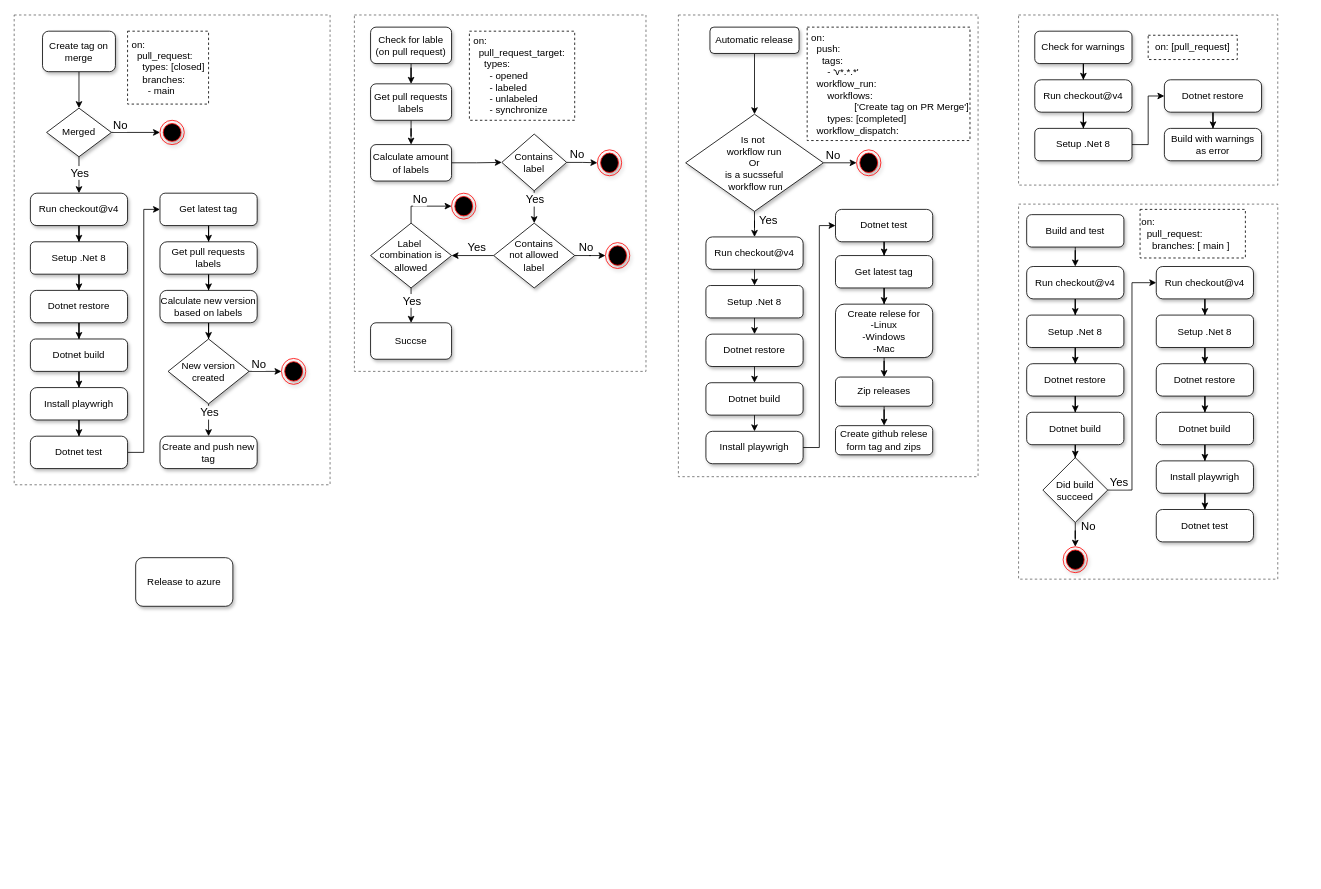
This is docs/models/Github workflows.drawio from ITU-BDSA2024-GROUP10/Chirp, a draw.io file, before an edit. Source tidied: cells renumbered, new cells numbered last; positions are measured from the earlier drawing's top-left corner, leaving out a move shared by most shapes. Both pictures are drawn from the tidied source at 81%, with x=0, y=0 at pixel (14, 15).
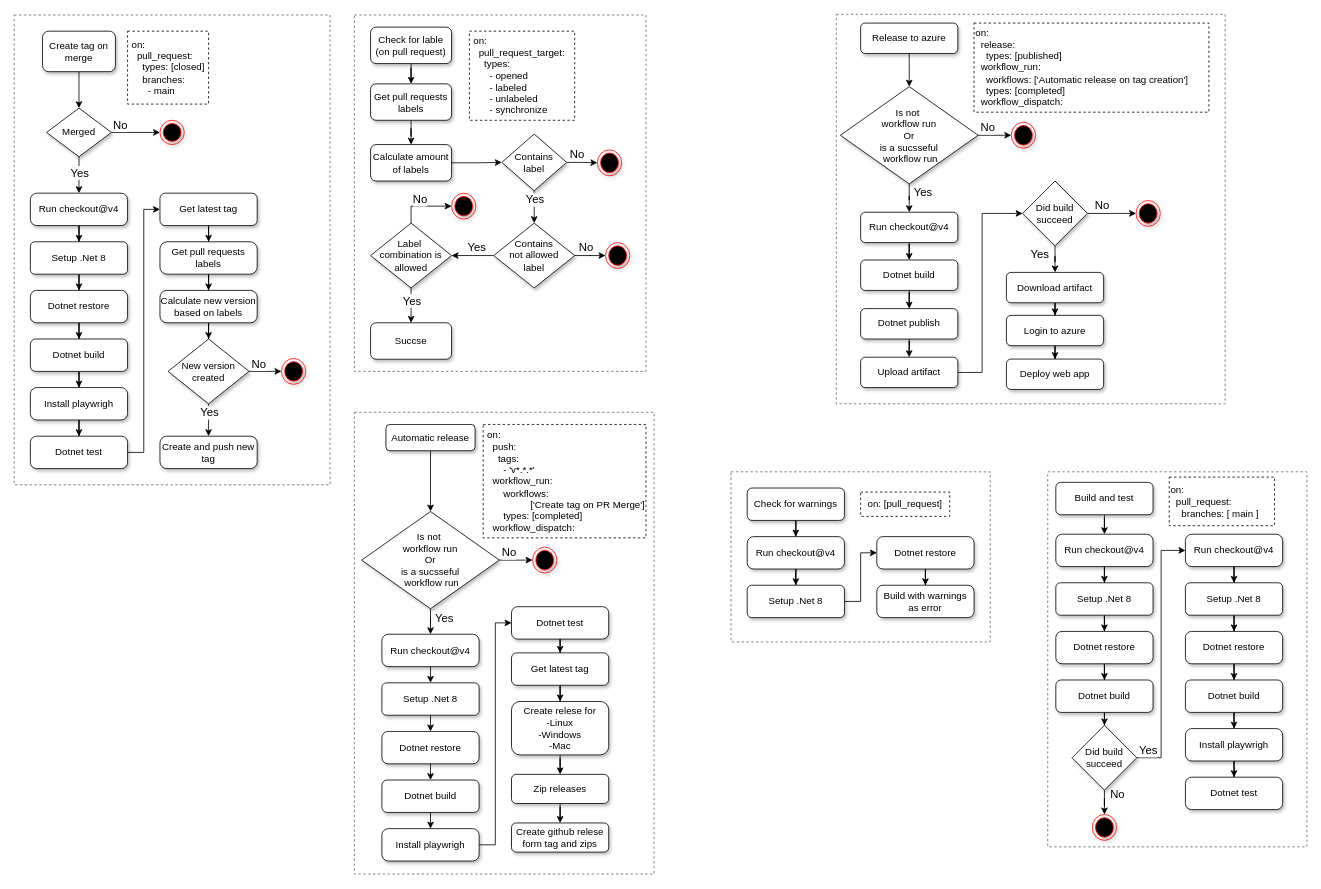
After the change.

Commit message:
Created diagram for "release to azure"

What changed in the source:
```diff
@@
+    <mxCell id="134" style="rounded=0;whiteSpace=wrap;html=1;fillColor=none;dashed=1;strokeWidth=1;fontColor=#333333;strokeColor=#666666;" parent="1" vertex="1">
+      <mxGeometry x="1015" y="-0.8" width="480" height="480.8" as="geometry" />
+    </mxCell>
     <mxCell id="2" style="rounded=0;whiteSpace=wrap;html=1;fillColor=none;dashed=1;strokeWidth=1;fontColor=#333333;strokeColor=#666666;" parent="1" vertex="1">
-      <mxGeometry x="1240" y="233.5" width="320" height="463" as="geometry" />
+      <mxGeometry x="1276" y="564" width="320" height="463" as="geometry" />
     </mxCell>
     <mxCell id="3" style="rounded=0;whiteSpace=wrap;html=1;fillColor=none;dashed=1;strokeWidth=1;fontColor=#333333;strokeColor=#666666;" parent="1" vertex="1">
-      <mxGeometry x="1240" width="320" height="210" as="geometry" />
+      <mxGeometry x="885" y="564" width="320" height="210" as="geometry" />
     </mxCell>
     <mxCell id="4" style="rounded=0;whiteSpace=wrap;html=1;fillColor=none;dashed=1;strokeWidth=1;fontColor=#333333;strokeColor=#666666;" parent="1" vertex="1">
-      <mxGeometry x="820" width="370" height="570" as="geometry" />
+      <mxGeometry x="420" y="490.5" width="370" height="570" as="geometry" />
     </mxCell>
@@
     <mxCell id="10" value="Automatic release" style="rounded=1;whiteSpace=wrap;html=1;shadow=1;" parent="1" vertex="1">
-      <mxGeometry x="859" y="15" width="110" height="32.5" as="geometry" />
+      <mxGeometry x="459" y="505.5" width="110" height="32.5" as="geometry" />
     </mxCell>
@@
     <mxCell id="14" value="B&lt;span style=&quot;background-color: initial;&quot;&gt;uild and test&lt;/span&gt;" style="rounded=1;whiteSpace=wrap;html=1;shadow=1;" parent="1" vertex="1">
-      <mxGeometry x="1250" y="246.5" width="120" height="40" as="geometry" />
+      <mxGeometry x="1286" y="577" width="120" height="40" as="geometry" />
     </mxCell>
@@
     <mxCell id="16" value="Check for warnings" style="rounded=1;whiteSpace=wrap;html=1;shadow=1;" parent="1" vertex="1">
-      <mxGeometry x="1260" y="20" width="120" height="40" as="geometry" />
+      <mxGeometry x="905" y="584" width="120" height="40" as="geometry" />
     </mxCell>
+    <mxCell id="135" style="edgeStyle=orthogonalEdgeStyle;rounded=0;jettySize=auto;html=1;" parent="1" edge="1" source="17" target="141">
+      <mxGeometry relative="1" as="geometry" />
+    </mxCell>
     <mxCell id="17" value="Release to azure" style="rounded=1;whiteSpace=wrap;html=1;shadow=1;" parent="1" vertex="1">
-      <mxGeometry x="150" y="670" width="120" height="60" as="geometry" />
+      <mxGeometry x="1045" y="10" width="120" height="37.5" as="geometry" />
     </mxCell>
@@
     <mxCell id="74" value="&lt;div&gt;&amp;nbsp;on:&lt;/div&gt;&lt;div&gt;&amp;nbsp; &amp;nbsp;push:&lt;/div&gt;&lt;div&gt;&amp;nbsp; &amp;nbsp; &amp;nbsp;tags:&lt;/div&gt;&lt;div&gt;&amp;nbsp; &amp;nbsp; &amp;nbsp; &amp;nbsp;- 'v*.*.*'&lt;/div&gt;&lt;div&gt;&amp;nbsp; &amp;nbsp;workflow_run:&lt;/div&gt;&lt;div&gt;&amp;nbsp; &amp;nbsp; &amp;nbsp; &amp;nbsp;workflows:&lt;/div&gt;&lt;div&gt;&lt;span style=&quot;white-space: pre;&quot;&gt;&#9;&lt;/span&gt;&lt;span style=&quot;white-space: pre;&quot;&gt;&#9;&lt;/span&gt;&amp;nbsp;['Create tag on PR Merge']&lt;/div&gt;&lt;div&gt;&amp;nbsp; &amp;nbsp; &amp;nbsp; &amp;nbsp;types: [completed]&lt;/div&gt;&lt;div&gt;&amp;nbsp; &amp;nbsp;workflow_dispatch:&lt;/div&gt;" style="text;html=1;align=left;verticalAlign=middle;whiteSpace=wrap;rounded=0;strokeColor=default;dashed=1;" parent="1" vertex="1">
-      <mxGeometry x="979" y="15" width="201" height="140" as="geometry" />
+      <mxGeometry x="579" y="505.5" width="201" height="140" as="geometry" />
     </mxCell>
@@
     <mxCell id="79" value="Is not&amp;nbsp;&lt;div&gt;workflow run&lt;div&gt;Or&lt;/div&gt;&lt;div&gt;is a sucsseful&lt;/div&gt;&lt;div&gt;&amp;nbsp;workflow run&lt;/div&gt;&lt;/div&gt;" style="rhombus;whiteSpace=wrap;html=1;shadow=1;" parent="1" vertex="1">
-      <mxGeometry x="829" y="122.5" width="170" height="120" as="geometry" />
+      <mxGeometry x="429" y="613" width="170" height="120" as="geometry" />
     </mxCell>
     <mxCell id="80" style="ellipse;html=1;shape=endState;fillColor=#000000;strokeColor=#ff0000;shadow=1;" parent="1" vertex="1">
-      <mxGeometry x="1040" y="166.5" width="30" height="32" as="geometry" />
+      <mxGeometry x="640" y="657" width="30" height="32" as="geometry" />
     </mxCell>
     <mxCell id="81" value="Run checkout@v4" style="rounded=1;whiteSpace=wrap;html=1;arcSize=20;shadow=1;" parent="1" vertex="1">
-      <mxGeometry x="854" y="274" width="120" height="40" as="geometry" />
+      <mxGeometry x="454" y="764.5" width="120" height="40" as="geometry" />
     </mxCell>
     <mxCell id="82" value="Setup .Net 8" style="rounded=1;whiteSpace=wrap;html=1;arcSize=14;shadow=1;" parent="1" vertex="1">
-      <mxGeometry x="854" y="334" width="120" height="40" as="geometry" />
+      <mxGeometry x="454" y="824.5" width="120" height="40" as="geometry" />
     </mxCell>
     <mxCell id="83" value="Dotnet restore" style="rounded=1;whiteSpace=wrap;html=1;arcSize=19;shadow=1;" parent="1" vertex="1">
-      <mxGeometry x="854" y="394" width="120" height="40" as="geometry" />
+      <mxGeometry x="454" y="884.5" width="120" height="40" as="geometry" />
     </mxCell>
     <mxCell id="84" value="Dotnet build" style="rounded=1;whiteSpace=wrap;html=1;arcSize=16;shadow=1;" parent="1" vertex="1">
-      <mxGeometry x="854" y="454" width="120" height="40" as="geometry" />
+      <mxGeometry x="454" y="944.5" width="120" height="40" as="geometry" />
     </mxCell>
@@
     <mxCell id="86" value="Install playwrigh" style="rounded=1;whiteSpace=wrap;html=1;arcSize=20;shadow=1;" parent="1" vertex="1">
-      <mxGeometry x="854" y="514" width="120" height="40" as="geometry" />
+      <mxGeometry x="454" y="1004.5" width="120" height="40" as="geometry" />
     </mxCell>
@@
     <mxCell id="88" value="Dotnet test" style="rounded=1;whiteSpace=wrap;html=1;arcSize=19;shadow=1;" parent="1" vertex="1">
-      <mxGeometry x="1014" y="240" width="120" height="40" as="geometry" />
+      <mxGeometry x="614" y="730.5" width="120" height="40" as="geometry" />
     </mxCell>
@@
     <mxCell id="90" value="Get latest tag" style="rounded=1;whiteSpace=wrap;html=1;arcSize=16;shadow=1;" parent="1" vertex="1">
-      <mxGeometry x="1014" y="297" width="120" height="40" as="geometry" />
+      <mxGeometry x="614" y="787.5" width="120" height="40" as="geometry" />
     </mxCell>
@@
     <mxCell id="96" value="Create relese for&lt;div&gt;-Linux&lt;/div&gt;&lt;div&gt;-Windows&lt;/div&gt;&lt;div&gt;-Mac&lt;/div&gt;" style="rounded=1;whiteSpace=wrap;html=1;arcSize=16;shadow=1;" parent="1" vertex="1">
-      <mxGeometry x="1014" y="357" width="120" height="66" as="geometry" />
+      <mxGeometry x="614" y="847.5" width="120" height="66" as="geometry" />
     </mxCell>
@@
     <mxCell id="98" value="Zip releases" style="rounded=1;whiteSpace=wrap;html=1;arcSize=16;shadow=1;" parent="1" vertex="1">
-      <mxGeometry x="1014" y="447" width="120" height="36" as="geometry" />
+      <mxGeometry x="614" y="937.5" width="120" height="36" as="geometry" />
     </mxCell>
     <mxCell id="99" value="Create github relese form tag and zips" style="rounded=1;whiteSpace=wrap;html=1;arcSize=16;shadow=1;" parent="1" vertex="1">
-      <mxGeometry x="1014" y="507" width="120" height="36" as="geometry" />
+      <mxGeometry x="614" y="997.5" width="120" height="36" as="geometry" />
     </mxCell>
     <mxCell id="100" value="on: [pull_request]" style="text;html=1;align=center;verticalAlign=middle;whiteSpace=wrap;rounded=0;shadow=0;dashed=1;strokeColor=default;" parent="1" vertex="1">
-      <mxGeometry x="1400" y="25" width="110" height="30" as="geometry" />
+      <mxGeometry x="1045" y="589" width="110" height="30" as="geometry" />
     </mxCell>
@@
     <mxCell id="102" value="Run checkout@v4" style="rounded=1;whiteSpace=wrap;html=1;arcSize=20;shadow=1;" parent="1" vertex="1">
-      <mxGeometry x="1260" y="80" width="120" height="40" as="geometry" />
+      <mxGeometry x="905" y="644" width="120" height="40" as="geometry" />
     </mxCell>
@@
     <mxCell id="104" value="Setup .Net 8" style="rounded=1;whiteSpace=wrap;html=1;arcSize=14;shadow=1;" parent="1" vertex="1">
-      <mxGeometry x="1260" y="140" width="120" height="40" as="geometry" />
+      <mxGeometry x="905" y="704" width="120" height="40" as="geometry" />
     </mxCell>
@@
     <mxCell id="106" value="Dotnet restore" style="rounded=1;whiteSpace=wrap;html=1;arcSize=19;shadow=1;" parent="1" vertex="1">
-      <mxGeometry x="1420" y="80" width="120" height="40" as="geometry" />
+      <mxGeometry x="1065" y="644" width="120" height="40" as="geometry" />
     </mxCell>
     <mxCell id="107" value="Build with warnings as error" style="rounded=1;whiteSpace=wrap;html=1;arcSize=19;shadow=1;" parent="1" vertex="1">
-      <mxGeometry x="1420" y="140" width="120" height="40" as="geometry" />
+      <mxGeometry x="1065" y="704" width="120" height="40" as="geometry" />
     </mxCell>
@@
     <mxCell id="109" value="Run checkout@v4" style="rounded=1;whiteSpace=wrap;html=1;arcSize=20;shadow=1;" parent="1" vertex="1">
-      <mxGeometry x="1250" y="310.5" width="120" height="40" as="geometry" />
+      <mxGeometry x="1286" y="641" width="120" height="40" as="geometry" />
     </mxCell>
@@
     <mxCell id="111" value="Setup .Net 8" style="rounded=1;whiteSpace=wrap;html=1;arcSize=14;shadow=1;" parent="1" vertex="1">
-      <mxGeometry x="1250" y="370.5" width="120" height="40" as="geometry" />
+      <mxGeometry x="1286" y="701" width="120" height="40" as="geometry" />
     </mxCell>
@@
     <mxCell id="113" value="Dotnet restore" style="rounded=1;whiteSpace=wrap;html=1;arcSize=19;shadow=1;" parent="1" vertex="1">
-      <mxGeometry x="1250" y="430.5" width="120" height="40" as="geometry" />
+      <mxGeometry x="1286" y="761" width="120" height="40" as="geometry" />
     </mxCell>
     <mxCell id="114" value="&lt;div&gt;on:&lt;/div&gt;&lt;div&gt;&amp;nbsp; pull_request:&lt;/div&gt;&lt;div style=&quot;&quot;&gt;&amp;nbsp; &amp;nbsp; branches: [ main ]&lt;/div&gt;" style="text;html=1;align=left;verticalAlign=middle;strokeColor=default;fillColor=none;dashed=1;" parent="1" vertex="1">
-      <mxGeometry x="1390" y="240" width="130" height="60" as="geometry" />
+      <mxGeometry x="1426" y="570.5" width="130" height="60" as="geometry" />
     </mxCell>
@@
     <mxCell id="116" value="Dotnet build" style="rounded=1;whiteSpace=wrap;html=1;arcSize=16;shadow=1;" parent="1" vertex="1">
-      <mxGeometry x="1250" y="490.5" width="120" height="40" as="geometry" />
+      <mxGeometry x="1286" y="821" width="120" height="40" as="geometry" />
     </mxCell>
@@
     <mxCell id="121" value="Did build succeed" style="rhombus;whiteSpace=wrap;html=1;shadow=1;" parent="1" vertex="1">
-      <mxGeometry x="1270" y="546.5" width="80" height="80" as="geometry" />
+      <mxGeometry x="1306" y="877" width="80" height="80" as="geometry" />
     </mxCell>
     <mxCell id="122" style="ellipse;html=1;shape=endState;fillColor=#000000;strokeColor=#ff0000;shadow=1;" parent="1" vertex="1">
-      <mxGeometry x="1295" y="656.5" width="30" height="32" as="geometry" />
+      <mxGeometry x="1331" y="987" width="30" height="32" as="geometry" />
     </mxCell>
@@
     <mxCell id="124" value="Run checkout@v4" style="rounded=1;whiteSpace=wrap;html=1;arcSize=20;shadow=1;" parent="1" vertex="1">
-      <mxGeometry x="1410" y="310.5" width="120" height="40" as="geometry" />
+      <mxGeometry x="1446" y="641" width="120" height="40" as="geometry" />
     </mxCell>
@@
     <mxCell id="126" value="Setup .Net 8" style="rounded=1;whiteSpace=wrap;html=1;arcSize=14;shadow=1;" parent="1" vertex="1">
-      <mxGeometry x="1410" y="370.5" width="120" height="40" as="geometry" />
+      <mxGeometry x="1446" y="701" width="120" height="40" as="geometry" />
     </mxCell>
@@
     <mxCell id="128" value="Dotnet restore" style="rounded=1;whiteSpace=wrap;html=1;arcSize=19;shadow=1;" parent="1" vertex="1">
-      <mxGeometry x="1410" y="430.5" width="120" height="40" as="geometry" />
+      <mxGeometry x="1446" y="761" width="120" height="40" as="geometry" />
     </mxCell>
@@
     <mxCell id="130" value="Dotnet build" style="rounded=1;whiteSpace=wrap;html=1;arcSize=16;shadow=1;" parent="1" vertex="1">
-      <mxGeometry x="1410" y="490.5" width="120" height="40" as="geometry" />
+      <mxGeometry x="1446" y="821" width="120" height="40" as="geometry" />
     </mxCell>
@@
     <mxCell id="132" value="Install playwrigh" style="rounded=1;whiteSpace=wrap;html=1;arcSize=20;shadow=1;" parent="1" vertex="1">
-      <mxGeometry x="1410" y="550.5" width="120" height="40" as="geometry" />
+      <mxGeometry x="1446" y="881" width="120" height="40" as="geometry" />
     </mxCell>
     <mxCell id="133" value="Dotnet test" style="rounded=1;whiteSpace=wrap;html=1;arcSize=19;shadow=1;" parent="1" vertex="1">
-      <mxGeometry x="1410" y="610.5" width="120" height="40" as="geometry" />
+      <mxGeometry x="1446" y="941" width="120" height="40" as="geometry" />
     </mxCell>
+    <mxCell id="136" value="&lt;div&gt;on:&lt;/div&gt;&lt;div&gt;&amp;nbsp; release:&lt;/div&gt;&lt;div&gt;&amp;nbsp; &amp;nbsp; types: [published]&lt;/div&gt;&lt;div&gt;&amp;nbsp; workflow_run:&lt;/div&gt;&lt;div&gt;&amp;nbsp; &amp;nbsp; workflows: ['Automatic release on tag creation']&lt;/div&gt;&lt;div&gt;&amp;nbsp; &amp;nbsp; types: [completed]&lt;/div&gt;&lt;div&gt;&amp;nbsp; workflow_dispatch:&lt;/div&gt;" style="text;html=1;align=left;verticalAlign=middle;strokeColor=default;fillColor=none;dashed=1;" parent="1" vertex="1">
+      <mxGeometry x="1185" y="10" width="290" height="110" as="geometry" />
+    </mxCell>
+    <mxCell id="137" style="edgeStyle=orthogonalEdgeStyle;rounded=0;jettySize=auto;html=1;" parent="1" edge="1" source="141" target="142">
+      <mxGeometry relative="1" as="geometry" />
+    </mxCell>
+    <mxCell id="138" value="&lt;font style=&quot;font-size: 14px;&quot;&gt;No&lt;/font&gt;" style="edgeLabel;html=1;align=center;verticalAlign=middle;" parent="137" vertex="1">
+      <mxGeometry x="-0.47" y="2" relative="1" as="geometry">
+        <mxPoint y="-8" as="offset" />
+      </mxGeometry>
+    </mxCell>
+    <mxCell id="139" style="edgeStyle=orthogonalEdgeStyle;rounded=0;jettySize=auto;html=1;entryX=0.5;entryY=0;entryDx=0;entryDy=0;" parent="1" edge="1" source="141" target="144">
+      <mxGeometry relative="1" as="geometry" />
+    </mxCell>
+    <mxCell id="140" value="&lt;font style=&quot;font-size: 14px;&quot;&gt;Yes&lt;/font&gt;" style="edgeLabel;html=1;align=center;verticalAlign=middle;" parent="139" vertex="1">
+      <mxGeometry x="-0.41" y="-1" relative="1" as="geometry">
+        <mxPoint x="17" y="-3" as="offset" />
+      </mxGeometry>
+    </mxCell>
+    <mxCell id="141" value="Is not&amp;nbsp;&lt;div&gt;workflow run&lt;div&gt;Or&lt;/div&gt;&lt;div&gt;is a sucsseful&lt;/div&gt;&lt;div&gt;&amp;nbsp;workflow run&lt;/div&gt;&lt;/div&gt;" style="rhombus;whiteSpace=wrap;html=1;shadow=1;" parent="1" vertex="1">
+      <mxGeometry x="1020" y="88.5" width="170" height="120" as="geometry" />
+    </mxCell>
+    <mxCell id="142" style="ellipse;html=1;shape=endState;fillColor=#000000;strokeColor=#ff0000;shadow=1;" parent="1" vertex="1">
+      <mxGeometry x="1231" y="132.5" width="30" height="32" as="geometry" />
+    </mxCell>
+    <mxCell id="143" style="edgeStyle=orthogonalEdgeStyle;rounded=0;jettySize=auto;html=1;" parent="1" edge="1" source="144" target="146">
+      <mxGeometry relative="1" as="geometry" />
+    </mxCell>
+    <mxCell id="144" value="Run checkout@v4" style="rounded=1;whiteSpace=wrap;html=1;shadow=1;" parent="1" vertex="1">
+      <mxGeometry x="1045" y="243.5" width="120" height="37.5" as="geometry" />
+    </mxCell>
+    <mxCell id="145" style="edgeStyle=orthogonalEdgeStyle;rounded=0;jettySize=auto;html=1;" parent="1" edge="1" source="146" target="148">
+      <mxGeometry relative="1" as="geometry" />
+    </mxCell>
+    <mxCell id="146" value="Dotnet build" style="rounded=1;whiteSpace=wrap;html=1;shadow=1;" parent="1" vertex="1">
+      <mxGeometry x="1045" y="302.5" width="120" height="37.5" as="geometry" />
+    </mxCell>
+    <mxCell id="147" style="edgeStyle=orthogonalEdgeStyle;rounded=0;jettySize=auto;html=1;" parent="1" edge="1" source="148" target="150">
+      <mxGeometry relative="1" as="geometry" />
+    </mxCell>
+    <mxCell id="148" value="Dotnet publish" style="rounded=1;whiteSpace=wrap;html=1;shadow=1;" parent="1" vertex="1">
+      <mxGeometry x="1045" y="362.5" width="120" height="37.5" as="geometry" />
+    </mxCell>
+    <mxCell id="149" style="edgeStyle=orthogonalEdgeStyle;rounded=0;jettySize=auto;html=1;entryX=0;entryY=0.5;entryDx=0;entryDy=0;" parent="1" edge="1" source="150" target="155">
+      <mxGeometry relative="1" as="geometry">
+        <Array as="points">
+          <mxPoint x="1195" y="441" />
+          <mxPoint x="1195" y="245" />
+        </Array>
+      </mxGeometry>
+    </mxCell>
+    <mxCell id="150" value="Upload artifact" style="rounded=1;whiteSpace=wrap;html=1;shadow=1;" parent="1" vertex="1">
+      <mxGeometry x="1045" y="422.5" width="120" height="37.5" as="geometry" />
+    </mxCell>
+    <mxCell id="151" style="edgeStyle=orthogonalEdgeStyle;rounded=0;jettySize=auto;html=1;entryX=0.5;entryY=0;entryDx=0;entryDy=0;" parent="1" edge="1" source="155" target="158">
+      <mxGeometry relative="1" as="geometry" />
+    </mxCell>
+    <mxCell id="152" value="&lt;font style=&quot;font-size: 14px;&quot;&gt;Yes&lt;/font&gt;" style="edgeLabel;html=1;align=center;verticalAlign=middle;" parent="151" vertex="1">
+      <mxGeometry x="-0.9" relative="1" as="geometry">
+        <mxPoint x="-20" y="7" as="offset" />
+      </mxGeometry>
+    </mxCell>
+    <mxCell id="153" style="edgeStyle=orthogonalEdgeStyle;rounded=0;jettySize=auto;html=1;" parent="1" edge="1" source="155" target="156">
+      <mxGeometry relative="1" as="geometry" />
+    </mxCell>
+    <mxCell id="154" value="&lt;font style=&quot;font-size: 14px;&quot;&gt;No&lt;/font&gt;" style="edgeLabel;html=1;align=center;verticalAlign=middle;" parent="153" vertex="1">
+      <mxGeometry x="-0.42" relative="1" as="geometry">
+        <mxPoint y="-11" as="offset" />
+      </mxGeometry>
+    </mxCell>
+    <mxCell id="155" value="Did build&lt;div&gt;succeed&lt;/div&gt;" style="rhombus;whiteSpace=wrap;html=1;rounded=0;shadow=1;" parent="1" vertex="1">
+      <mxGeometry x="1245" y="205" width="80" height="80" as="geometry" />
+    </mxCell>
+    <mxCell id="156" style="ellipse;html=1;shape=endState;fillColor=#000000;strokeColor=#ff0000;shadow=1;" parent="1" vertex="1">
+      <mxGeometry x="1385" y="229" width="30" height="32" as="geometry" />
+    </mxCell>
+    <mxCell id="157" style="edgeStyle=orthogonalEdgeStyle;rounded=0;jettySize=auto;html=1;" parent="1" edge="1" source="158" target="160">
+      <mxGeometry relative="1" as="geometry" />
+    </mxCell>
+    <mxCell id="158" value="Download artifact" style="rounded=1;whiteSpace=wrap;html=1;shadow=1;" parent="1" vertex="1">
+      <mxGeometry x="1225" y="317.8" width="120" height="37.5" as="geometry" />
+    </mxCell>
+    <mxCell id="159" style="edgeStyle=orthogonalEdgeStyle;rounded=0;jettySize=auto;html=1;" parent="1" edge="1" source="160" target="161">
+      <mxGeometry relative="1" as="geometry" />
+    </mxCell>
+    <mxCell id="160" value="Login to azure" style="rounded=1;whiteSpace=wrap;html=1;shadow=1;" parent="1" vertex="1">
+      <mxGeometry x="1225" y="370.8" width="120" height="37.5" as="geometry" />
+    </mxCell>
+    <mxCell id="161" value="Deploy web app" style="rounded=1;whiteSpace=wrap;html=1;shadow=1;" parent="1" vertex="1">
+      <mxGeometry x="1225" y="424.8" width="120" height="37.5" as="geometry" />
+    </mxCell>
```
